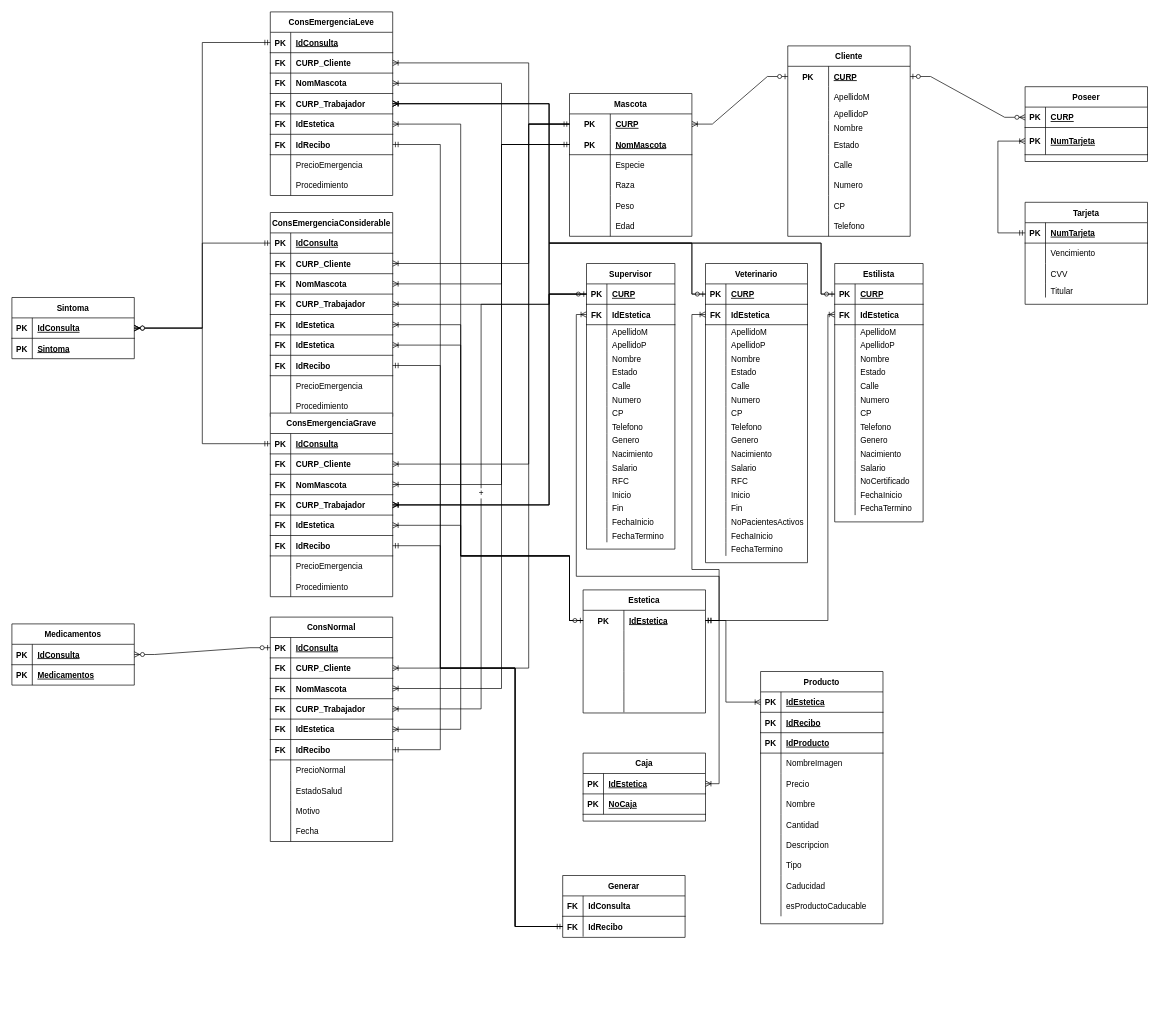
FBD-Alfa/Practica05 keeps this draw.io diagram as RelacionalAlfa.drawio. Above is the earlier version. Source tidied: cells renumbered, new cells numbered last; positions are measured from the earlier drawing's top-left corner, leaving out a move shared by most shapes. Both pictures are drawn from the tidied source at 68%, with x=0, y=0 at pixel (12, 12).
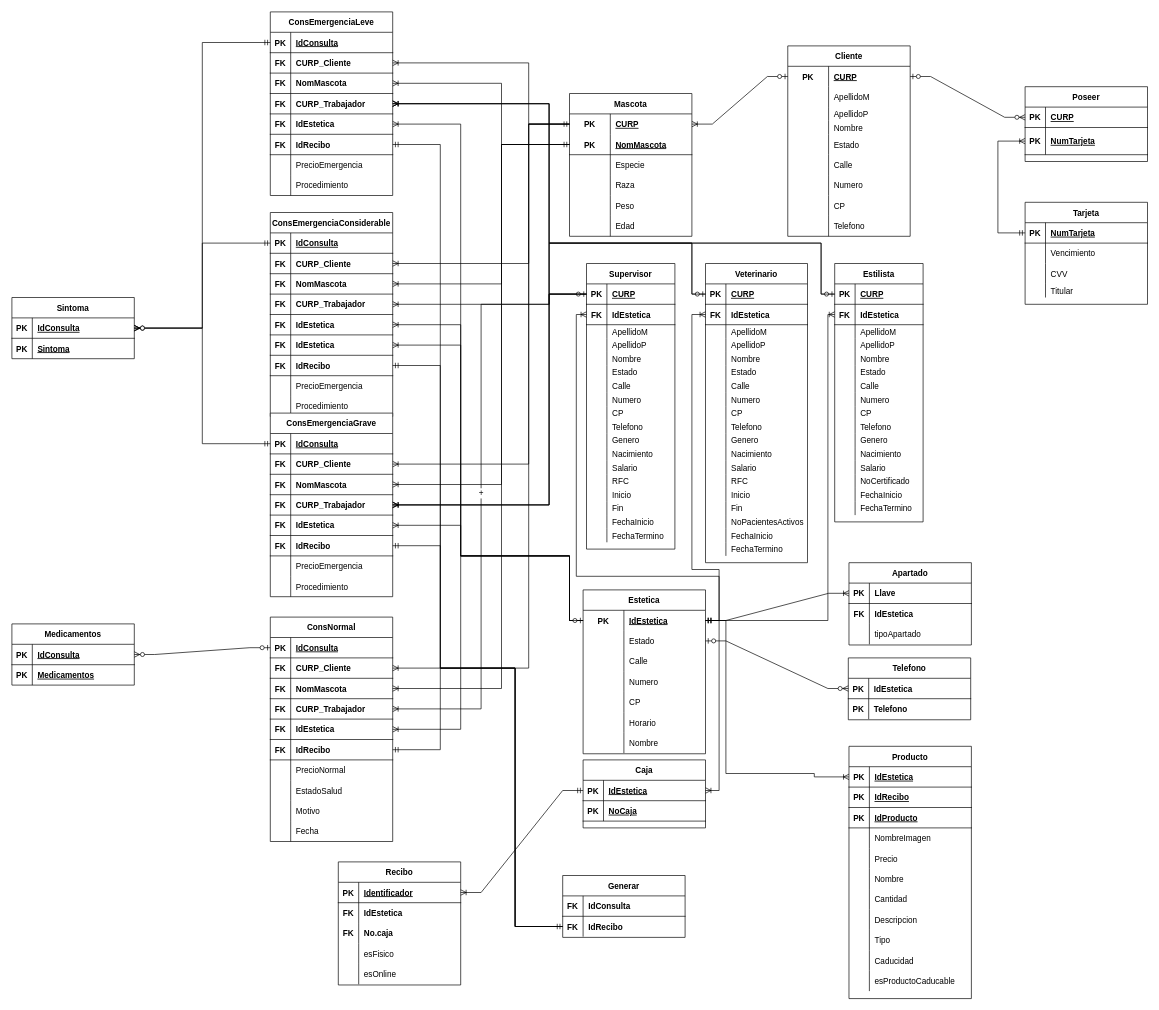
After the change.

Unchanged cells that the change refers to:
```xml
<mxCell id="173" style="shape=tableRow;horizontal=0;startSize=0;swimlaneHead=0;swimlaneBody=0;fillColor=none;points=[[0,0.5],[1,0.5]];portConstraint=eastwest;top=0;left=0;right=0;bottom=0;" parent="172" vertex="1">
  <mxGeometry y="30" width="180" height="30" as="geometry" />
</mxCell>
<mxCell id="176" style="shape=tableRow;horizontal=0;startSize=0;swimlaneHead=0;swimlaneBody=0;fillColor=none;points=[[0,0.5],[1,0.5]];portConstraint=eastwest;top=0;left=0;right=0;bottom=0;" parent="172" vertex="1">
  <mxGeometry y="60" width="180" height="30" as="geometry" />
</mxCell>
<mxCell id="179" style="shape=tableRow;horizontal=0;startSize=0;swimlaneHead=0;swimlaneBody=0;fillColor=none;top=0;left=0;right=0;bottom=0;" parent="172" vertex="1">
  <mxGeometry y="90" width="180" height="30" as="geometry" />
</mxCell>
<mxCell id="182" style="shape=tableRow;horizontal=0;startSize=0;swimlaneHead=0;swimlaneBody=0;fillColor=none;top=0;left=0;right=0;bottom=0;" parent="172" vertex="1">
  <mxGeometry y="120" width="180" height="30" as="geometry" />
</mxCell>
<mxCell id="185" style="shape=tableRow;horizontal=0;startSize=0;swimlaneHead=0;swimlaneBody=0;fillColor=none;top=0;left=0;right=0;bottom=0;" parent="172" vertex="1">
  <mxGeometry y="150" width="180" height="30" as="geometry" />
</mxCell>
<mxCell id="222" style="shape=tableRow;horizontal=0;startSize=0;swimlaneHead=0;swimlaneBody=0;fillColor=none;points=[[0,0.5],[1,0.5]];portConstraint=eastwest;top=0;left=0;right=0;bottom=1;" parent="221" vertex="1">
  <mxGeometry y="30" width="180" height="30" as="geometry" />
</mxCell>
<mxCell id="448" style="shape=tableRow;horizontal=0;startSize=0;swimlaneHead=0;swimlaneBody=0;fillColor=none;points=[[0,0.5],[1,0.5]];portConstraint=eastwest;top=0;left=0;right=0;bottom=1;" parent="447" vertex="1">
  <mxGeometry y="30" width="180" height="30" as="geometry" />
</mxCell>
```

The edit, as a diff of the source:
```diff
@@
     <mxCell id="172" value="Estetica" style="shape=table;startSize=30;childLayout=tableLayout;rowLines=0;fontStyle=1;align=center;" parent="1" vertex="1">
-      <mxGeometry x="840" y="850" width="180" height="181" as="geometry" />
+      <mxGeometry x="840" y="850" width="180" height="241" as="geometry" />
     </mxCell>
@@
-    <mxCell id="178" style="shape=partialRectangle;fillColor=none;top=0;left=0;bottom=0;right=0;align=left;spacingLeft=6;overflow=hidden;" parent="176" vertex="1">
+    <mxCell id="178" value="Estado" style="shape=partialRectangle;fillColor=none;top=0;left=0;bottom=0;right=0;align=left;spacingLeft=6;overflow=hidden;" parent="176" vertex="1">
       <mxGeometry x="60" width="120" height="30" as="geometry" />
     </mxCell>
@@
-    <mxCell id="181" style="shape=partialRectangle;fillColor=none;top=0;left=0;bottom=0;right=0;align=left;spacingLeft=6;overflow=hidden;" parent="179" vertex="1">
+    <mxCell id="181" value="Calle" style="shape=partialRectangle;fillColor=none;top=0;left=0;bottom=0;right=0;align=left;spacingLeft=6;overflow=hidden;" parent="179" vertex="1">
       <mxGeometry x="60" width="120" height="30" as="geometry" />
     </mxCell>
@@
-    <mxCell id="184" style="shape=partialRectangle;fillColor=none;top=0;left=0;bottom=0;right=0;align=left;spacingLeft=6;overflow=hidden;" parent="182" vertex="1">
+    <mxCell id="184" value="Numero" style="shape=partialRectangle;fillColor=none;top=0;left=0;bottom=0;right=0;align=left;spacingLeft=6;overflow=hidden;" parent="182" vertex="1">
       <mxGeometry x="60" width="120" height="30" as="geometry" />
     </mxCell>
@@
-    <mxCell id="187" style="shape=partialRectangle;fillColor=none;top=0;left=0;bottom=0;right=0;align=left;spacingLeft=6;overflow=hidden;" parent="185" vertex="1">
+    <mxCell id="187" value="CP" style="shape=partialRectangle;fillColor=none;top=0;left=0;bottom=0;right=0;align=left;spacingLeft=6;overflow=hidden;" parent="185" vertex="1">
       <mxGeometry x="60" width="120" height="30" as="geometry" />
     </mxCell>
+    <mxCell id="455" style="shape=tableRow;horizontal=0;startSize=0;swimlaneHead=0;swimlaneBody=0;fillColor=none;top=0;left=0;right=0;bottom=0;" parent="172" vertex="1">
+      <mxGeometry y="180" width="180" height="30" as="geometry" />
+    </mxCell>
+    <mxCell id="456" style="shape=partialRectangle;fillColor=none;top=0;left=0;bottom=0;right=0;overflow=hidden;" parent="455" vertex="1">
+      <mxGeometry width="60" height="30" as="geometry" />
+    </mxCell>
+    <mxCell id="457" value="Horario" style="shape=partialRectangle;fillColor=none;top=0;left=0;bottom=0;right=0;align=left;spacingLeft=6;overflow=hidden;" parent="455" vertex="1">
+      <mxGeometry x="60" width="120" height="30" as="geometry" />
+    </mxCell>
+    <mxCell id="458" style="shape=tableRow;horizontal=0;startSize=0;swimlaneHead=0;swimlaneBody=0;fillColor=none;top=0;left=0;right=0;bottom=0;" parent="172" vertex="1">
+      <mxGeometry y="210" width="180" height="30" as="geometry" />
+    </mxCell>
+    <mxCell id="459" style="shape=partialRectangle;fillColor=none;top=0;left=0;bottom=0;right=0;overflow=hidden;" parent="458" vertex="1">
+      <mxGeometry width="60" height="30" as="geometry" />
+    </mxCell>
+    <mxCell id="460" value="Nombre" style="shape=partialRectangle;fillColor=none;top=0;left=0;bottom=0;right=0;align=left;spacingLeft=6;overflow=hidden;" parent="458" vertex="1">
+      <mxGeometry x="60" width="120" height="30" as="geometry" />
+    </mxCell>
@@
     <mxCell id="221" value="Producto" style="shape=table;startSize=30;childLayout=tableLayout;rowLines=0;fontStyle=1;align=center;" parent="1" vertex="1">
-      <mxGeometry x="1101" y="970" width="180" height="371" as="geometry" />
+      <mxGeometry x="1231" y="1080" width="180" height="371" as="geometry" />
     </mxCell>
@@
     <mxCell id="277" style="edgeStyle=orthogonalEdgeStyle;fontSize=12;html=1;endArrow=ERoneToMany;startArrow=ERmandOne;rounded=0;entryX=0;entryY=0.5;entryDx=0;entryDy=0;exitX=1;exitY=0.5;exitDx=0;exitDy=0;" parent="1" edge="1" source="173" target="222">
       <mxGeometry relative="1" as="geometry">
         <Array as="points">
           <mxPoint x="1050" y="895" />
-          <mxPoint x="1050" y="1015" />
+          <mxPoint x="1050" y="1120" />
+          <mxPoint x="1180" y="1120" />
         </Array>
       </mxGeometry>
     </mxCell>
@@
     <mxCell id="447" value="Caja" style="shape=table;startSize=30;childLayout=tableLayout;rowLines=0;fontStyle=1;align=center;" parent="1" vertex="1">
-      <mxGeometry x="840" y="1090" width="180" height="100" as="geometry" />
+      <mxGeometry x="840" y="1100" width="180" height="100" as="geometry" />
     </mxCell>
@@
     <mxCell id="454" style="edgeStyle=orthogonalEdgeStyle;fontSize=12;html=1;endArrow=ERoneToMany;startArrow=ERmandOne;rounded=0;entryX=1;entryY=0.5;entryDx=0;entryDy=0;exitX=1;exitY=0.5;exitDx=0;exitDy=0;" parent="1" edge="1" source="173" target="448">
       <mxGeometry relative="1" as="geometry">
         <Array as="points">
           <mxPoint x="1040" y="895" />
-          <mxPoint x="1040" y="1135" />
+          <mxPoint x="1040" y="1145" />
         </Array>
       </mxGeometry>
     </mxCell>
+    <mxCell id="461" value="Recibo" style="shape=table;startSize=30;childLayout=tableLayout;rowLines=0;fontStyle=1;align=center;" parent="1" vertex="1">
+      <mxGeometry x="480" y="1250" width="180" height="181" as="geometry" />
+    </mxCell>
+    <mxCell id="462" style="shape=tableRow;horizontal=0;startSize=0;swimlaneHead=0;swimlaneBody=0;fillColor=none;points=[[0,0.5],[1,0.5]];portConstraint=eastwest;top=0;left=0;right=0;bottom=1;" parent="461" vertex="1">
+      <mxGeometry y="30" width="180" height="30" as="geometry" />
+    </mxCell>
+    <mxCell id="463" value="PK" style="shape=partialRectangle;fillColor=none;top=0;left=0;bottom=0;right=0;fontStyle=1;overflow=hidden;" parent="462" vertex="1">
+      <mxGeometry width="30" height="30" as="geometry" />
+    </mxCell>
+    <mxCell id="464" value="Identificador" style="shape=partialRectangle;fillColor=none;top=0;left=0;bottom=0;right=0;align=left;spacingLeft=6;fontStyle=5;overflow=hidden;" parent="462" vertex="1">
+      <mxGeometry x="30" width="150" height="30" as="geometry" />
+    </mxCell>
+    <mxCell id="465" style="shape=tableRow;horizontal=0;startSize=0;swimlaneHead=0;swimlaneBody=0;fillColor=none;top=0;left=0;right=0;bottom=0;" parent="461" vertex="1">
+      <mxGeometry y="60" width="180" height="30" as="geometry" />
+    </mxCell>
+    <mxCell id="466" value="FK" style="shape=partialRectangle;fillColor=none;top=0;left=0;bottom=0;right=0;overflow=hidden;fontStyle=1;" parent="465" vertex="1">
+      <mxGeometry width="30" height="30" as="geometry" />
+    </mxCell>
+    <mxCell id="467" value="IdEstetica" style="shape=partialRectangle;fillColor=none;top=0;left=0;bottom=0;right=0;align=left;spacingLeft=6;overflow=hidden;fontStyle=1;" parent="465" vertex="1">
+      <mxGeometry x="30" width="150" height="30" as="geometry" />
+    </mxCell>
+    <mxCell id="468" style="shape=tableRow;horizontal=0;startSize=0;swimlaneHead=0;swimlaneBody=0;fillColor=none;top=0;left=0;right=0;bottom=0;" parent="461" vertex="1">
+      <mxGeometry y="90" width="180" height="30" as="geometry" />
+    </mxCell>
+    <mxCell id="469" value="FK" style="shape=partialRectangle;fillColor=none;top=0;left=0;bottom=0;right=0;overflow=hidden;fontStyle=1;" parent="468" vertex="1">
+      <mxGeometry width="30" height="30" as="geometry" />
+    </mxCell>
+    <mxCell id="470" value="No.caja" style="shape=partialRectangle;fillColor=none;top=0;left=0;bottom=0;right=0;align=left;spacingLeft=6;overflow=hidden;fontStyle=1;" parent="468" vertex="1">
+      <mxGeometry x="30" width="150" height="30" as="geometry" />
+    </mxCell>
+    <mxCell id="471" style="shape=tableRow;horizontal=0;startSize=0;swimlaneHead=0;swimlaneBody=0;fillColor=none;top=0;left=0;right=0;bottom=0;" parent="461" vertex="1">
+      <mxGeometry y="120" width="180" height="30" as="geometry" />
+    </mxCell>
+    <mxCell id="472" style="shape=partialRectangle;fillColor=none;top=0;left=0;bottom=0;right=0;overflow=hidden;fontStyle=1;" parent="471" vertex="1">
+      <mxGeometry width="30" height="30" as="geometry" />
+    </mxCell>
+    <mxCell id="473" value="esFisico" style="shape=partialRectangle;fillColor=none;top=0;left=0;bottom=0;right=0;align=left;spacingLeft=6;overflow=hidden;fontStyle=0;" parent="471" vertex="1">
+      <mxGeometry x="30" width="150" height="30" as="geometry" />
+    </mxCell>
+    <mxCell id="474" style="shape=tableRow;horizontal=0;startSize=0;swimlaneHead=0;swimlaneBody=0;fillColor=none;top=0;left=0;right=0;bottom=0;" parent="461" vertex="1">
+      <mxGeometry y="150" width="180" height="30" as="geometry" />
+    </mxCell>
+    <mxCell id="475" style="shape=partialRectangle;fillColor=none;top=0;left=0;bottom=0;right=0;overflow=hidden;fontStyle=1;" parent="474" vertex="1">
+      <mxGeometry width="30" height="30" as="geometry" />
+    </mxCell>
+    <mxCell id="476" value="esOnline" style="shape=partialRectangle;fillColor=none;top=0;left=0;bottom=0;right=0;align=left;spacingLeft=6;overflow=hidden;fontStyle=0;" parent="474" vertex="1">
+      <mxGeometry x="30" width="150" height="30" as="geometry" />
+    </mxCell>
+    <mxCell id="477" value="Telefono" style="shape=table;startSize=30;childLayout=tableLayout;rowLines=0;fontStyle=1;align=center;" parent="1" vertex="1">
+      <mxGeometry x="1230" y="950" width="180" height="91" as="geometry" />
+    </mxCell>
+    <mxCell id="478" style="shape=tableRow;horizontal=0;startSize=0;swimlaneHead=0;swimlaneBody=0;fillColor=none;points=[[0,0.5],[1,0.5]];portConstraint=eastwest;top=0;left=0;right=0;bottom=1;" parent="477" vertex="1">
+      <mxGeometry y="30" width="180" height="30" as="geometry" />
+    </mxCell>
+    <mxCell id="479" value="PK" style="shape=partialRectangle;fillColor=none;top=0;left=0;bottom=0;right=0;fontStyle=1;overflow=hidden;" parent="478" vertex="1">
+      <mxGeometry width="30" height="30" as="geometry" />
+    </mxCell>
+    <mxCell id="480" value="IdEstetica" style="shape=partialRectangle;fillColor=none;top=0;left=0;bottom=0;right=0;align=left;spacingLeft=6;fontStyle=1;overflow=hidden;" parent="478" vertex="1">
+      <mxGeometry x="30" width="150" height="30" as="geometry" />
+    </mxCell>
+    <mxCell id="481" style="shape=tableRow;horizontal=0;startSize=0;swimlaneHead=0;swimlaneBody=0;fillColor=none;top=0;left=0;right=0;bottom=0;" parent="477" vertex="1">
+      <mxGeometry y="60" width="180" height="30" as="geometry" />
+    </mxCell>
+    <mxCell id="482" value="PK" style="shape=partialRectangle;fillColor=none;top=0;left=0;bottom=0;right=0;overflow=hidden;fontStyle=1;" parent="481" vertex="1">
+      <mxGeometry width="30" height="30" as="geometry" />
+    </mxCell>
+    <mxCell id="483" value="Telefono" style="shape=partialRectangle;fillColor=none;top=0;left=0;bottom=0;right=0;align=left;spacingLeft=6;overflow=hidden;fontStyle=1;" parent="481" vertex="1">
+      <mxGeometry x="30" width="150" height="30" as="geometry" />
+    </mxCell>
+    <mxCell id="484" value="Apartado" style="shape=table;startSize=30;childLayout=tableLayout;rowLines=0;fontStyle=1;align=center;" parent="1" vertex="1">
+      <mxGeometry x="1231" y="810" width="180" height="121" as="geometry" />
+    </mxCell>
+    <mxCell id="485" style="shape=tableRow;horizontal=0;startSize=0;swimlaneHead=0;swimlaneBody=0;fillColor=none;points=[[0,0.5],[1,0.5]];portConstraint=eastwest;top=0;left=0;right=0;bottom=1;" parent="484" vertex="1">
+      <mxGeometry y="30" width="180" height="30" as="geometry" />
+    </mxCell>
+    <mxCell id="486" value="PK" style="shape=partialRectangle;fillColor=none;top=0;left=0;bottom=0;right=0;fontStyle=1;overflow=hidden;" parent="485" vertex="1">
+      <mxGeometry width="30" height="30" as="geometry" />
+    </mxCell>
+    <mxCell id="487" value="Llave" style="shape=partialRectangle;fillColor=none;top=0;left=0;bottom=0;right=0;align=left;spacingLeft=6;fontStyle=1;overflow=hidden;" parent="485" vertex="1">
+      <mxGeometry x="30" width="150" height="30" as="geometry" />
+    </mxCell>
+    <mxCell id="488" style="shape=tableRow;horizontal=0;startSize=0;swimlaneHead=0;swimlaneBody=0;fillColor=none;top=0;left=0;right=0;bottom=0;" parent="484" vertex="1">
+      <mxGeometry y="60" width="180" height="30" as="geometry" />
+    </mxCell>
+    <mxCell id="489" value="FK" style="shape=partialRectangle;fillColor=none;top=0;left=0;bottom=0;right=0;overflow=hidden;fontStyle=1;" parent="488" vertex="1">
+      <mxGeometry width="30" height="30" as="geometry" />
+    </mxCell>
+    <mxCell id="490" value="IdEstetica" style="shape=partialRectangle;fillColor=none;top=0;left=0;bottom=0;right=0;align=left;spacingLeft=6;overflow=hidden;fontStyle=1;" parent="488" vertex="1">
+      <mxGeometry x="30" width="150" height="30" as="geometry" />
+    </mxCell>
+    <mxCell id="491" style="shape=tableRow;horizontal=0;startSize=0;swimlaneHead=0;swimlaneBody=0;fillColor=none;top=0;left=0;right=0;bottom=0;" parent="484" vertex="1">
+      <mxGeometry y="90" width="180" height="30" as="geometry" />
+    </mxCell>
+    <mxCell id="492" style="shape=partialRectangle;fillColor=none;top=0;left=0;bottom=0;right=0;overflow=hidden;fontStyle=1;" parent="491" vertex="1">
+      <mxGeometry width="30" height="30" as="geometry" />
+    </mxCell>
+    <mxCell id="493" value="tipoApartado" style="shape=partialRectangle;fillColor=none;top=0;left=0;bottom=0;right=0;align=left;spacingLeft=6;overflow=hidden;fontStyle=0;" parent="491" vertex="1">
+      <mxGeometry x="30" width="150" height="30" as="geometry" />
+    </mxCell>
+    <mxCell id="494" style="edgeStyle=entityRelationEdgeStyle;fontSize=12;html=1;endArrow=ERoneToMany;startArrow=ERmandOne;rounded=0;entryX=1;entryY=0.5;entryDx=0;entryDy=0;exitX=0;exitY=0.5;exitDx=0;exitDy=0;" parent="1" edge="1" source="448" target="462">
+      <mxGeometry relative="1" as="geometry" />
+    </mxCell>
+    <mxCell id="495" style="edgeStyle=entityRelationEdgeStyle;fontSize=12;html=1;endArrow=ERzeroToMany;startArrow=ERzeroToOne;rounded=0;entryX=0;entryY=0.5;entryDx=0;entryDy=0;exitX=1;exitY=0.5;exitDx=0;exitDy=0;" parent="1" edge="1" source="176" target="478">
+      <mxGeometry relative="1" as="geometry" />
+    </mxCell>
+    <mxCell id="496" style="edgeStyle=entityRelationEdgeStyle;fontSize=12;html=1;endArrow=ERoneToMany;startArrow=ERmandOne;rounded=0;entryX=0;entryY=0.5;entryDx=0;entryDy=0;exitX=1;exitY=0.5;exitDx=0;exitDy=0;" parent="1" edge="1" source="173" target="485">
+      <mxGeometry relative="1" as="geometry" />
+    </mxCell>
```
